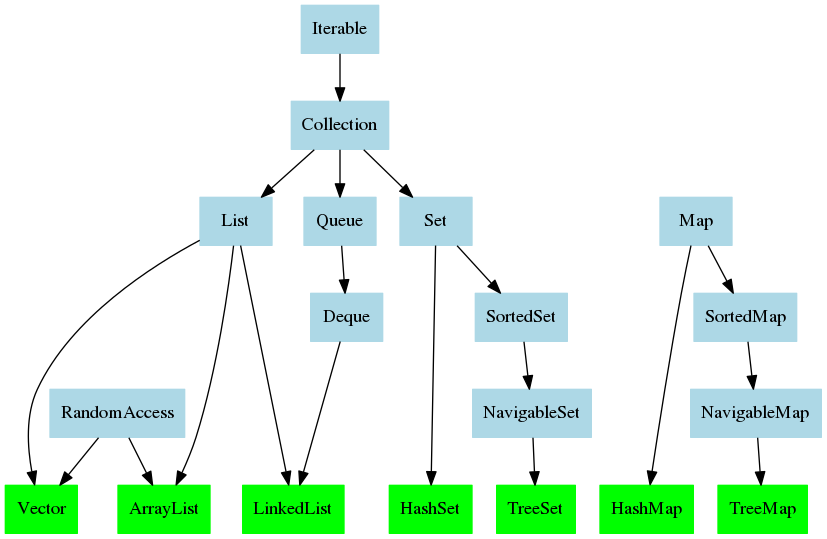
Above: java.util.overview.png in StephanPraetsch/Datenstrukturen (Graphviz), before the change. Its source is kept beside it as java.util.overview.dot.
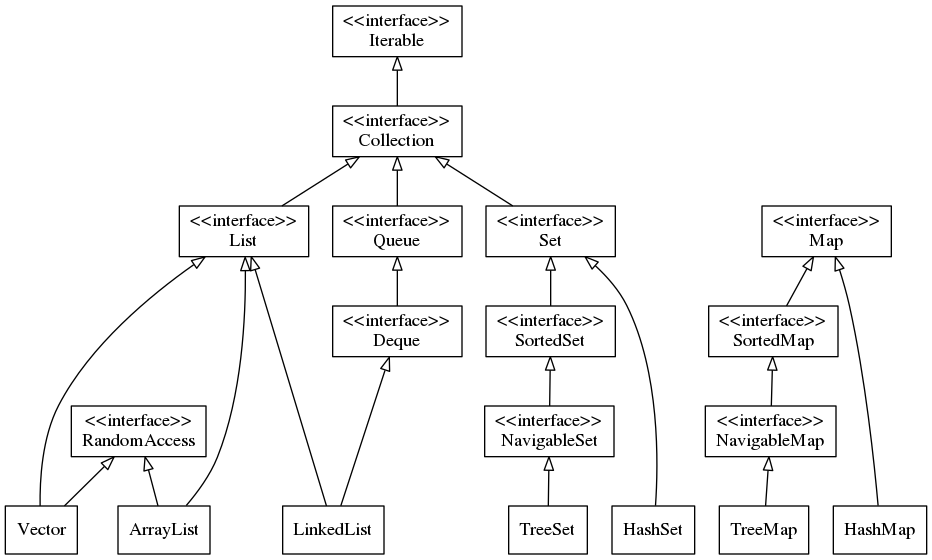
The same diagram one commit later.

Commit message:
java.util.overview.dot und png auf neue UML ähnliche Notation gebracht

The edit, as a diff of the source:
```diff
@@ -1,46 +1,56 @@
 digraph G {
 
-	node [shape=box, style=filled, color=lightblue]
+        rankdir=BT
+
+        node [
+                shape = "record"
+        ]
+
+        edge [
+                arrowhead = "empty"
+        ]
+
+	Iterable [label="\<\<interface\>\>\nIterable"]
+	Collection [label="\<\<interface\>\>\nCollection"]
+	List [label="\<\<interface\>\>\nList"]
+	Set [label="\<\<interface\>\>\nSet"]
+	Queue [label="\<\<interface\>\>\nQueue"]
+	Map [label="\<\<interface\>\>\nMap"]
+	Deque [label="\<\<interface\>\>\nDeque"]
+	RandomAccess [label="\<\<interface\>\>\nRandomAccess"]
+	SortedSet [label="\<\<interface\>\>\nSortedSet"]
+	NavigableSet [label="\<\<interface\>\>\nNavigableSet"]
+	SortedMap [label="\<\<interface\>\>\nSortedMap"]
+	NavigableMap [label="\<\<interface\>\>\nNavigableMap"]
+
 	{ rank = same; Iterable }
 	{ rank = same; Collection }
 	{ rank = same; List; Set; Map; Queue; }
 
 	{
-		node [shape=box, style=filled, color=green];
 		rank = same;
 		Vector; ArrayList; LinkedList; HashSet; TreeSet; HashMap; TreeMap;
 	}
 
 
-	Iterable -> Collection
-
-	Collection -> List
-	Collection -> Set
-	Collection -> Queue
-
-	List -> Vector
-	List -> ArrayList
-	List -> LinkedList
-
-	RandomAccess -> Vector
-	RandomAccess -> ArrayList
-
-	Queue -> Deque
-
-	Deque -> LinkedList
-
-	Set -> HashSet
-	Set -> SortedSet
-
-	SortedSet -> NavigableSet
-
-	NavigableSet -> TreeSet
-
-	Map -> HashMap
-	Map -> SortedMap
-
-	SortedMap -> NavigableMap
-
-	NavigableMap -> TreeMap
+	Collection -> Iterable
+	List -> Collection
+	Set -> Collection
+	Queue -> Collection
+	Vector -> List
+	ArrayList -> List
+	LinkedList -> List
+	Vector -> RandomAccess
+	ArrayList -> RandomAccess
+	Deque -> Queue
+	LinkedList -> Deque
+	HashSet -> Set
+	SortedSet -> Set
+	NavigableSet -> SortedSet
+	TreeSet -> NavigableSet
+	HashMap -> Map
+	SortedMap -> Map
+	NavigableMap -> SortedMap
+	TreeMap -> NavigableMap
 
 }
```
